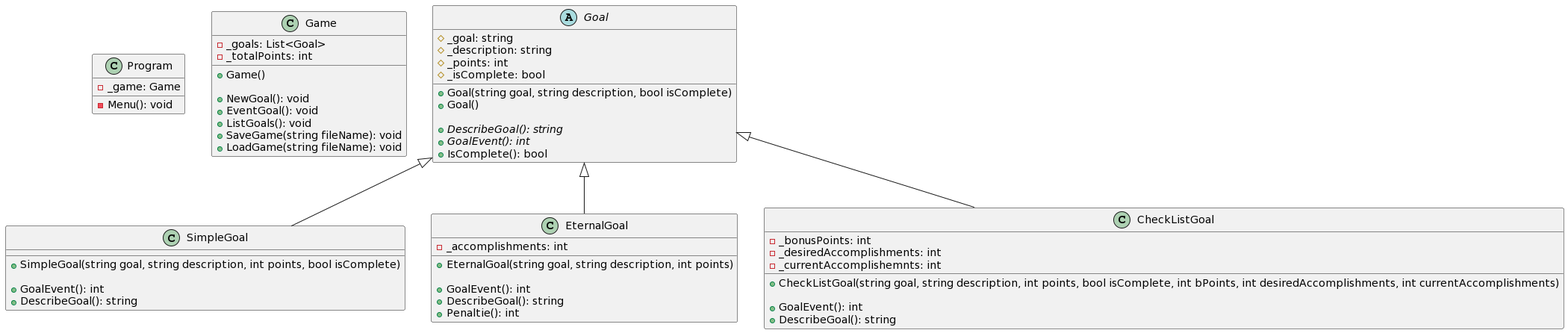
hccazado/cse210-hw keeps this PlantUML diagram as prove/Develop05/class diagram.png. Above is the earlier version. Its diagram source:
```plantuml
@startuml
class Program{
- _game: Game

- Menu(): void
}

class Game{
- _goals: List<Goal>
- _totalPoints: int
+ Game()

+ NewGoal(): void
+ EventGoal(): void
+ ListGoals(): void
+ SaveGame(string fileName): void
+ LoadGame(string fileName): void
}

abstract class Goal{
# _goal: string
# _description: string
# _points: int
# _isComplete: bool

+ Goal(string goal, string description, bool isComplete)
+ Goal()

+ DescribeGoal(): string {abstract}
+ GoalEvent(): int {abstract}
+ IsComplete(): bool
}

class SimpleGoal{
+ SimpleGoal(string goal, string description, int points, bool isComplete)

+ GoalEvent(): int
+ DescribeGoal(): string
}

class EternalGoal{
- _accomplishments: int

+ EternalGoal(string goal, string description, int points)

+ GoalEvent(): int
+ DescribeGoal(): string
+ Penaltie(): int
}

class CheckListGoal{
- _bonusPoints: int
- _desiredAccomplishments: int
- _currentAccomplishemnts: int

+ CheckListGoal(string goal, string description, int points, bool isComplete, int bPoints, int desiredAccomplishments, int currentAccomplishments)

+ GoalEvent(): int
+ DescribeGoal(): string
}

Goal <|-- SimpleGoal
Goal <|-- EternalGoal
Goal <|-- CheckListGoal

@endum
```
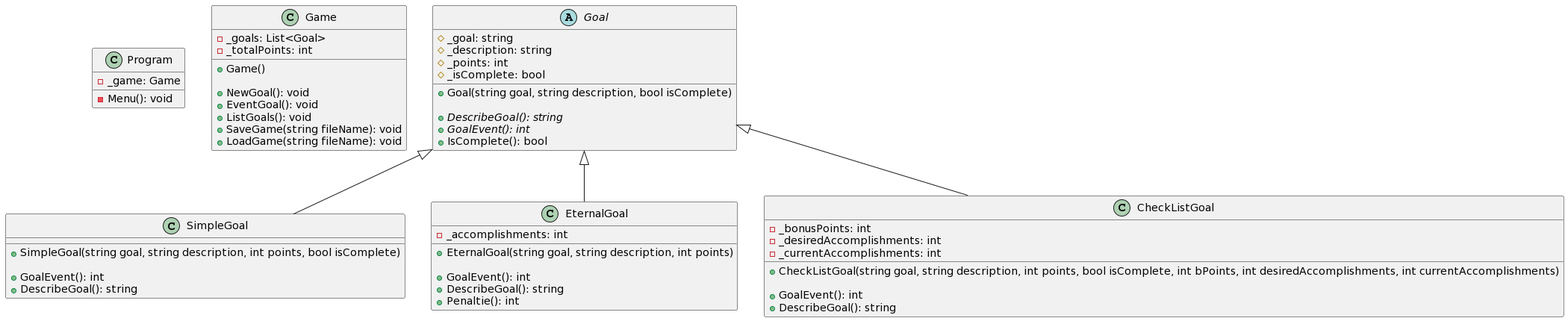
Later version of the same file.

Commit message:
listgoals and event goal methods implemented

Diff of the diagram source:
```diff
@@ -24,7 +24,6 @@
 # _isComplete: bool
 
 + Goal(string goal, string description, bool isComplete)
-+ Goal()
 
 + DescribeGoal(): string {abstract}
 + GoalEvent(): int {abstract}
@@ -51,7 +50,7 @@
 class CheckListGoal{
 - _bonusPoints: int
 - _desiredAccomplishments: int
-- _currentAccomplishemnts: int
+- _currentAccomplishments: int
 
 + CheckListGoal(string goal, string description, int points, bool isComplete, int bPoints, int desiredAccomplishments, int currentAccomplishments)
 
```
